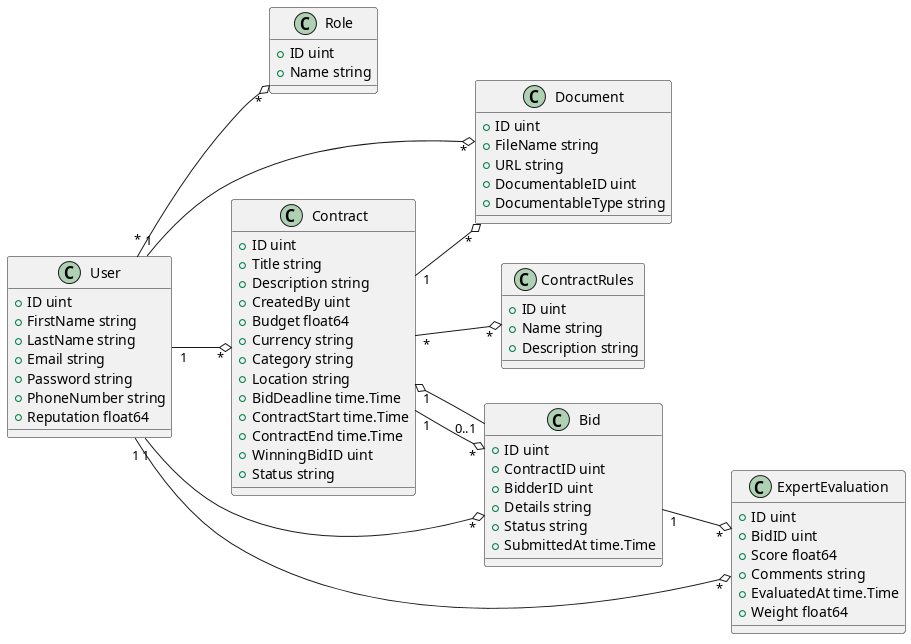
Brondont/Anchora keeps this PlantUML diagram as UML/classDiagram.png. Above is the earlier version.
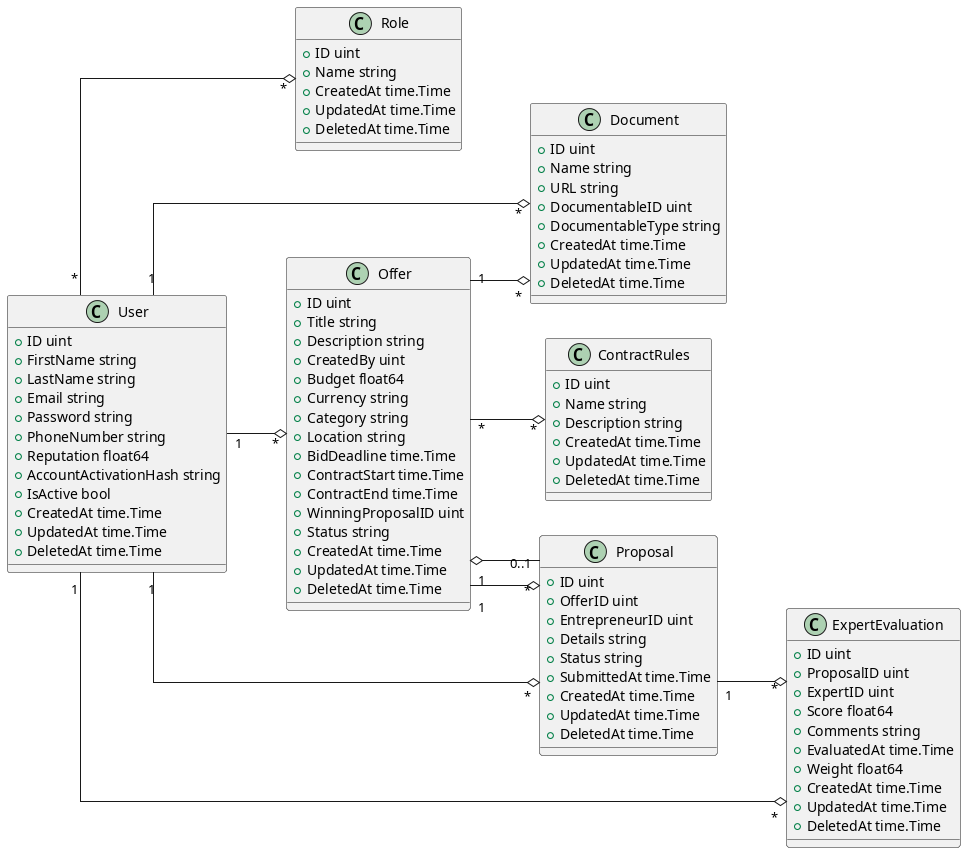
The same file after the commit.

What changed in the source:
```diff
@@ -1,12 +1,13 @@
 @startuml classDiagram
-
+skinparam linetype ortho
 left to right direction
-
     class Role {
         +ID uint
         +Name string
+        +CreatedAt time.Time
+        +UpdatedAt time.Time
+        +DeletedAt time.Time
     }
-
     class User {
         +ID uint
         +FirstName string
@@ -15,23 +16,31 @@
         +Password string
         +PhoneNumber string
         +Reputation float64
+        +AccountActivationHash string
+        +IsActive bool
+        +CreatedAt time.Time
+        +UpdatedAt time.Time
+        +DeletedAt time.Time
     }
-
     class Document {
         +ID uint
-        +FileName string
+        +Name string
         +URL string
         +DocumentableID uint
         +DocumentableType string
+        +CreatedAt time.Time
+        +UpdatedAt time.Time
+        +DeletedAt time.Time
     }
-
     class ContractRules {
         +ID uint
         +Name string
         +Description string
+        +CreatedAt time.Time
+        +UpdatedAt time.Time
+        +DeletedAt time.Time
     }
-
-    class Contract {
+    class Offer {
         +ID uint
         +Title string
         +Description string
@@ -43,37 +52,43 @@
         +BidDeadline time.Time
         +ContractStart time.Time
         +ContractEnd time.Time
-        +WinningBidID uint
+        +WinningProposalID uint
         +Status string
+        +CreatedAt time.Time
+        +UpdatedAt time.Time
+        +DeletedAt time.Time
     }
-
-    class Bid {
+    class Proposal {
         +ID uint
-        +ContractID uint
-        +BidderID uint
+        +OfferID uint
+        +EntrepreneurID uint
         +Details string
         +Status string
         +SubmittedAt time.Time
+        +CreatedAt time.Time
+        +UpdatedAt time.Time
+        +DeletedAt time.Time
     }
-
     class ExpertEvaluation {
         +ID uint
-        +BidID uint
+        +ProposalID uint
+        +ExpertID uint
         +Score float64
         +Comments string
         +EvaluatedAt time.Time
         +Weight float64
+        +CreatedAt time.Time
+        +UpdatedAt time.Time
+        +DeletedAt time.Time
     }
-
     User "*" --o "*" Role
     User "1" --o "*" Document
-    Contract "1" --o "*" Document
-    Contract "*" --o "*" ContractRules
-    Contract "1" --o "*" Bid
-    User "1" --o "*" Bid
-    User "1" --o "*" Contract
-    Bid "0..1" --o "1" Contract
-    Bid "1" --o "*" ExpertEvaluation
+    Offer "1" --o "*" Document
+    Offer "*" --o "*" ContractRules
+    Offer "1" --o "*" Proposal
+    User "1" --o "*" Proposal
+    User "1" --o "*" Offer
+    Proposal "0..1" --o "1" Offer
+    Proposal "1" --o "*" ExpertEvaluation
     User "1" --o "*" ExpertEvaluation
-
-    @enduml
+@enduml
```
